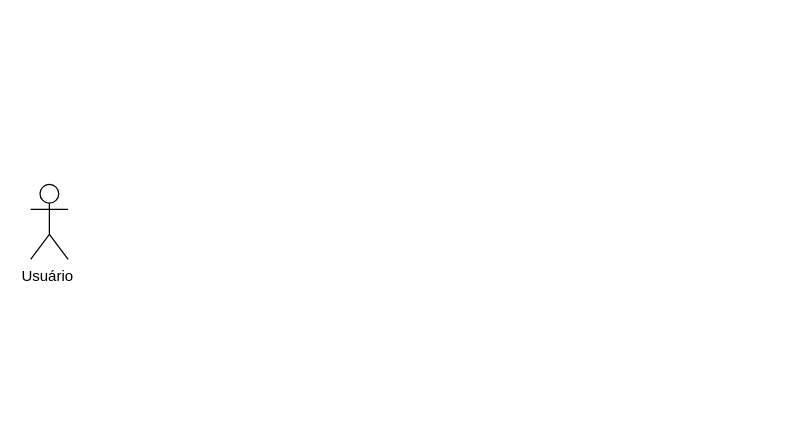
ArcanjoDaGuarda/AnjoProjetos keeps this draw.io diagram as Cinema.drawio. Above is the earlier version. Source tidied: cells renumbered, new cells numbered last; positions are measured from the earlier drawing's top-left corner, leaving out a move shared by most shapes. Both pictures are drawn from the tidied source at 125%, with x=0, y=0 at pixel (30, 184).
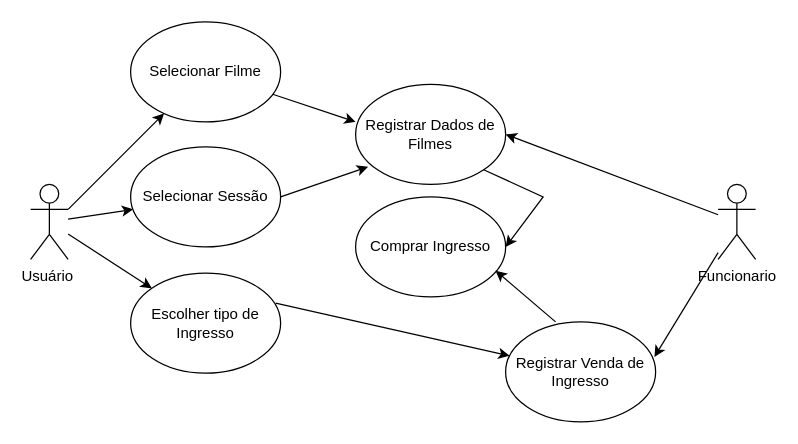
The same page after the edit.

Unchanged cells that the change refers to:
```xml
<mxCell id="2" value="Usuário&amp;nbsp;" style="shape=umlActor;verticalLabelPosition=bottom;verticalAlign=top;html=1;outlineConnect=0;" parent="1" vertex="1">
  <mxGeometry width="30" height="60" as="geometry" />
</mxCell>
```

The edit, as a diff of the source:
```diff
@@
+    <mxCell id="3" value="Comprar Ingresso" style="ellipse;whiteSpace=wrap;html=1;" parent="1" vertex="1">
+      <mxGeometry x="260" y="10" width="120" height="80" as="geometry" />
+    </mxCell>
+    <mxCell id="4" value="Selecionar Filme" style="ellipse;whiteSpace=wrap;html=1;" parent="1" vertex="1">
+      <mxGeometry x="80" y="-130" width="120" height="80" as="geometry" />
+    </mxCell>
+    <mxCell id="5" value="Selecionar Sessão" style="ellipse;whiteSpace=wrap;html=1;" parent="1" vertex="1">
+      <mxGeometry x="80" y="-30" width="120" height="80" as="geometry" />
+    </mxCell>
+    <mxCell id="6" value="Escolher tipo de Ingresso" style="ellipse;whiteSpace=wrap;html=1;" parent="1" vertex="1">
+      <mxGeometry x="80" y="71" width="120" height="80" as="geometry" />
+    </mxCell>
+    <mxCell id="7" value="Registrar Dados de Filmes" style="ellipse;whiteSpace=wrap;html=1;" parent="1" vertex="1">
+      <mxGeometry x="260" y="-80" width="120" height="80" as="geometry" />
+    </mxCell>
+    <mxCell id="8" value="Registrar Venda de Ingresso" style="ellipse;whiteSpace=wrap;html=1;" parent="1" vertex="1">
+      <mxGeometry x="380" y="110" width="120" height="80" as="geometry" />
+    </mxCell>
+    <mxCell id="9" style="endArrow=classic;html=1;rounded=0;" parent="1" edge="1" source="4">
+      <mxGeometry relative="1" as="geometry">
+        <mxPoint x="260" y="-50" as="targetPoint" />
+      </mxGeometry>
+    </mxCell>
+    <mxCell id="10" style="endArrow=classic;html=1;rounded=0;exitX=1;exitY=0.5;exitDx=0;exitDy=0;entryX=0.083;entryY=0.825;entryDx=0;entryDy=0;entryPerimeter=0;" parent="1" edge="1" source="5" target="7">
+      <mxGeometry relative="1" as="geometry" />
+    </mxCell>
+    <mxCell id="11" style="endArrow=classic;html=1;rounded=0;exitX=0.967;exitY=0.3;exitDx=0;exitDy=0;exitPerimeter=0;" parent="1" edge="1" source="6" target="8">
+      <mxGeometry relative="1" as="geometry" />
+    </mxCell>
+    <mxCell id="12" value="Funcionario" style="shape=umlActor;verticalLabelPosition=bottom;verticalAlign=top;html=1;outlineConnect=0;" parent="1" vertex="1">
+      <mxGeometry x="550" width="30" height="60" as="geometry" />
+    </mxCell>
+    <mxCell id="13" style="endArrow=classic;html=1;rounded=0;entryX=1;entryY=0.5;entryDx=0;entryDy=0;" parent="1" edge="1" source="12" target="7">
+      <mxGeometry relative="1" as="geometry" />
+    </mxCell>
+    <mxCell id="14" style="endArrow=classic;html=1;rounded=0;entryX=0.992;entryY=0.35;entryDx=0;entryDy=0;entryPerimeter=0;" parent="1" edge="1" source="12" target="8">
+      <mxGeometry relative="1" as="geometry" />
+    </mxCell>
+    <mxCell id="15" style="endArrow=classic;html=1;rounded=0;exitX=1;exitY=1;exitDx=0;exitDy=0;entryX=1;entryY=0.5;entryDx=0;entryDy=0;" parent="1" edge="1" source="7" target="3">
+      <mxGeometry relative="1" as="geometry">
+        <Array as="points">
+          <mxPoint x="410" y="10" />
+        </Array>
+      </mxGeometry>
+    </mxCell>
+    <mxCell id="16" style="endArrow=classic;html=1;rounded=0;exitX=0.333;exitY=0;exitDx=0;exitDy=0;exitPerimeter=0;entryX=0.933;entryY=0.738;entryDx=0;entryDy=0;entryPerimeter=0;" parent="1" edge="1" source="8" target="3">
+      <mxGeometry relative="1" as="geometry" />
+    </mxCell>
+    <mxCell id="17" style="endArrow=classic;html=1;rounded=0;exitX=1;exitY=0.3333333333333333;exitDx=0;exitDy=0;exitPerimeter=0;" parent="1" edge="1" source="2" target="4">
+      <mxGeometry relative="1" as="geometry" />
+    </mxCell>
+    <mxCell id="18" style="endArrow=classic;html=1;rounded=0;" parent="1" edge="1" source="2" target="6">
+      <mxGeometry relative="1" as="geometry" />
+    </mxCell>
+    <mxCell id="19" style="endArrow=classic;html=1;rounded=0;entryX=0.017;entryY=0.625;entryDx=0;entryDy=0;entryPerimeter=0;" parent="1" edge="1" source="2" target="5">
+      <mxGeometry relative="1" as="geometry" />
+    </mxCell>
```
